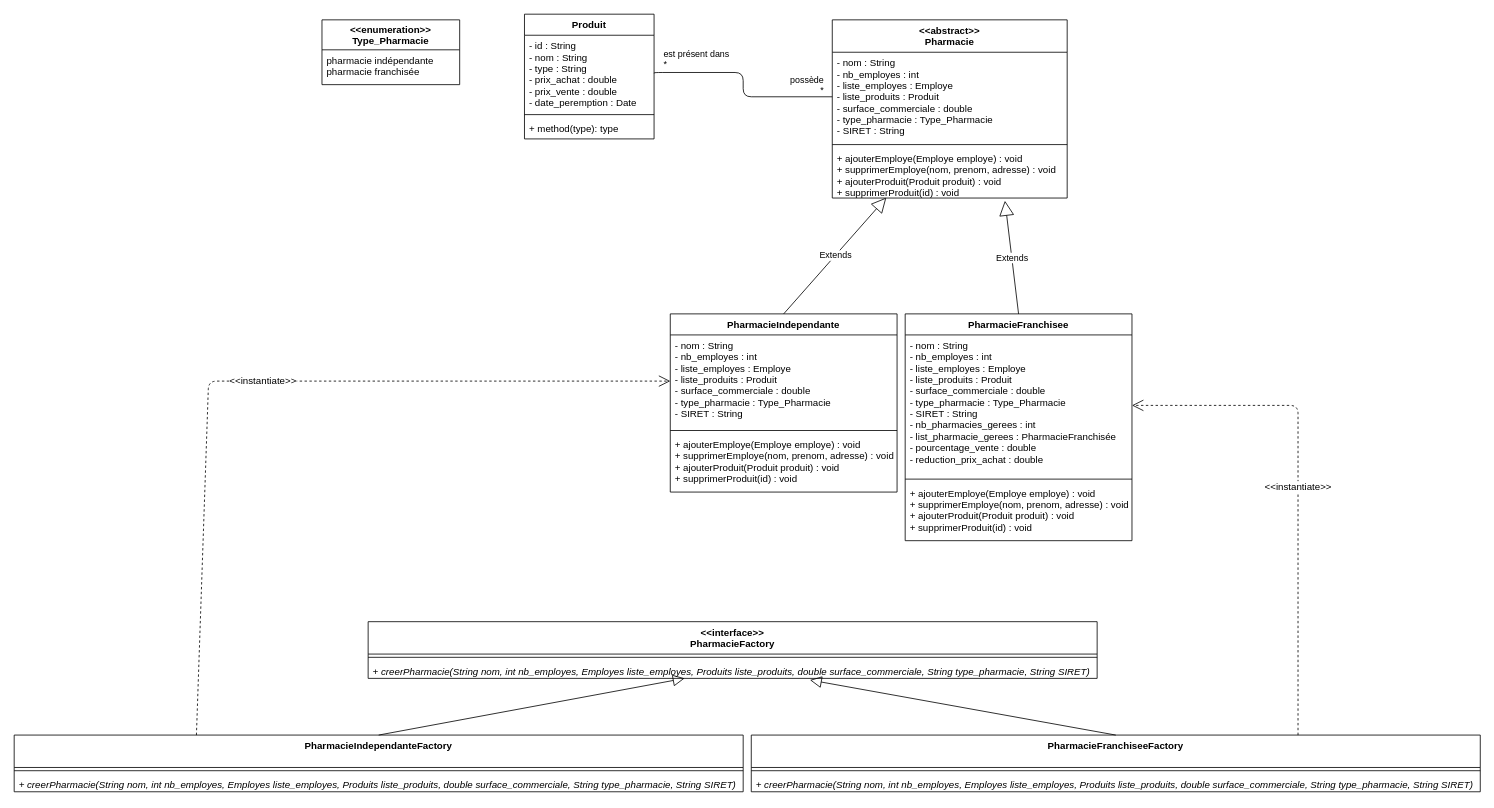
uapv1705019/Projet-Design-Pattern-Avance keeps this draw.io diagram as src/diagrams/Produits_Pharmacies.drawio. Above is the earlier version. Source tidied: cells renumbered, new cells numbered last; positions are measured from the earlier drawing's top-left corner, leaving out a move shared by most shapes. Both pictures are drawn from the tidied source at 81%, with x=0, y=0 at pixel (14, 14).
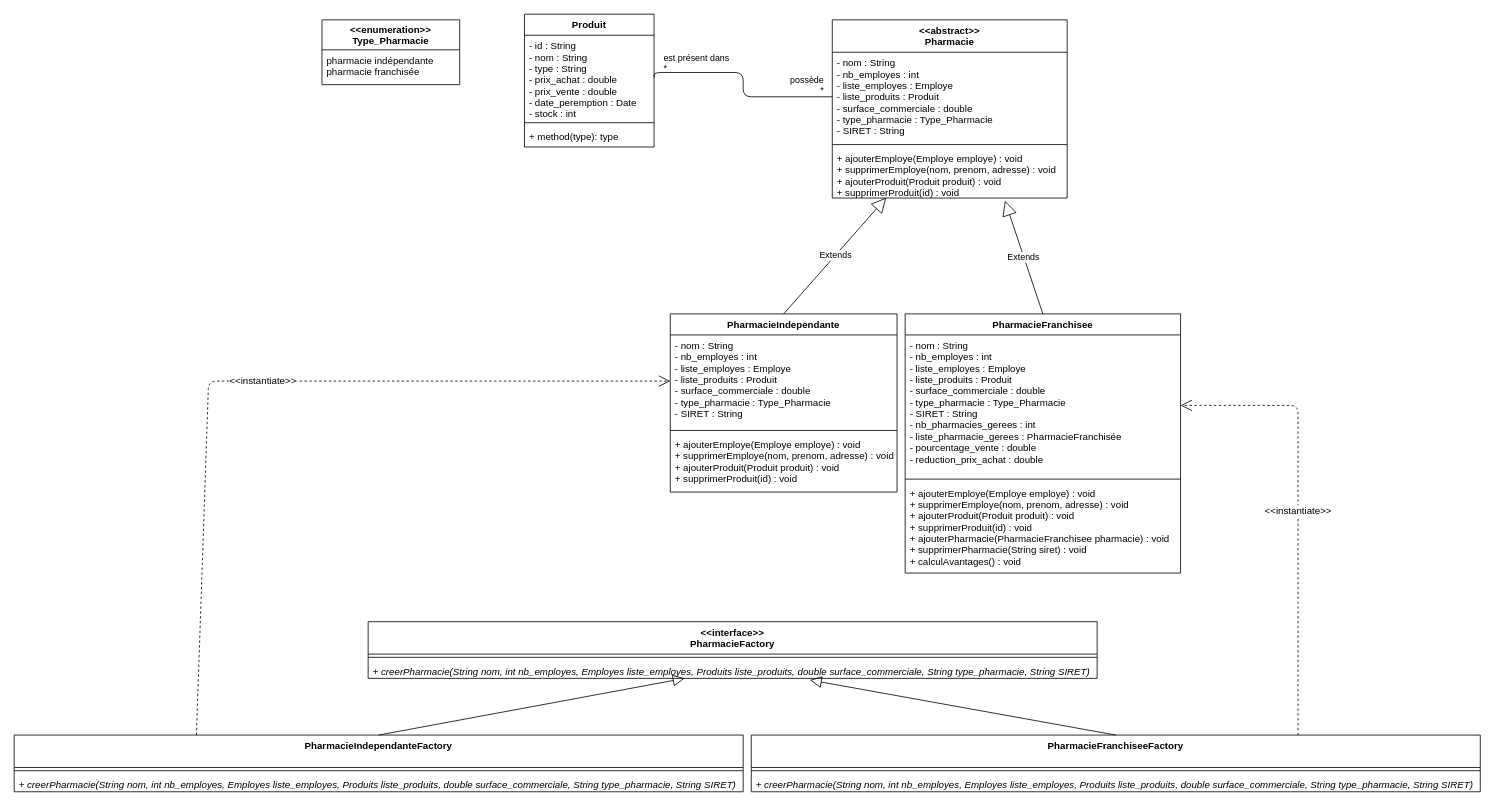
The same page after the edit.

Commit message (it also covers changes not shown here):
added methods for Produit, Pharmacie & PharmacieFranchisee

The edit, as a diff of the source:
```diff
@@
     <mxCell id="2" value="Produit" style="swimlane;fontStyle=1;align=center;verticalAlign=top;horizontal=1;startSize=26;" parent="1" vertex="1">
-      <mxGeometry x="630" width="160" height="154" as="geometry" />
+      <mxGeometry x="630" width="160" height="164" as="geometry" />
     </mxCell>
-    <mxCell id="3" value="- id : String&#10;- nom : String&#10;- type : String&#10;- prix_achat : double&#10;- prix_vente : double&#10;- date_peremption : Date" style="text;strokeColor=none;fillColor=none;align=left;verticalAlign=top;spacingLeft=4;spacingRight=4;overflow=hidden;points=[[0,0.5],[1,0.5]];portConstraint=eastwest;" parent="2" vertex="1">
-      <mxGeometry y="26" width="160" height="94" as="geometry" />
+    <mxCell id="3" value="- id : String&#10;- nom : String&#10;- type : String&#10;- prix_achat : double&#10;- prix_vente : double&#10;- date_peremption : Date&#10;- stock : int" style="text;strokeColor=none;fillColor=none;align=left;verticalAlign=top;spacingLeft=4;spacingRight=4;overflow=hidden;points=[[0,0.5],[1,0.5]];portConstraint=eastwest;" parent="2" vertex="1">
+      <mxGeometry y="26" width="160" height="104" as="geometry" />
     </mxCell>
     <mxCell id="4" style="line;strokeWidth=1;fillColor=none;align=left;verticalAlign=middle;spacingTop=-1;spacingLeft=3;spacingRight=3;labelPosition=right;" parent="2" vertex="1">
-      <mxGeometry y="120" width="160" height="8" as="geometry" />
+      <mxGeometry y="130" width="160" height="8" as="geometry" />
     </mxCell>
     <mxCell id="5" value="+ method(type): type" style="text;strokeColor=none;fillColor=none;align=left;verticalAlign=top;spacingLeft=4;spacingRight=4;overflow=hidden;" parent="2" vertex="1">
-      <mxGeometry y="128" width="160" height="26" as="geometry" />
+      <mxGeometry y="138" width="160" height="26" as="geometry" />
     </mxCell>
@@
     <mxCell id="14" value="PharmacieFranchisee" style="swimlane;fontStyle=1;align=center;verticalAlign=top;horizontal=1;startSize=26;" parent="1" vertex="1">
-      <mxGeometry x="1100" y="370" width="280" height="280" as="geometry" />
+      <mxGeometry x="1100" y="370" width="340" height="320" as="geometry" />
     </mxCell>
-    <mxCell id="15" value="- nom : String&#10;- nb_employes : int&#10;- liste_employes : Employe&#10;- liste_produits : Produit&#10;- surface_commerciale : double&#10;- type_pharmacie : Type_Pharmacie&#10;- SIRET : String&#10;- nb_pharmacies_gerees : int&#10;- list_pharmacie_gerees : PharmacieFranchisée&#10;- pourcentage_vente : double&#10;- reduction_prix_achat : double&#10;" style="text;strokeColor=none;fillColor=none;align=left;verticalAlign=top;spacingLeft=4;spacingRight=4;overflow=hidden;points=[[0,0.5],[1,0.5]];portConstraint=eastwest;" parent="14" vertex="1">
-      <mxGeometry y="26" width="280" height="174" as="geometry" />
+    <mxCell id="15" value="- nom : String&#10;- nb_employes : int&#10;- liste_employes : Employe&#10;- liste_produits : Produit&#10;- surface_commerciale : double&#10;- type_pharmacie : Type_Pharmacie&#10;- SIRET : String&#10;- nb_pharmacies_gerees : int&#10;- liste_pharmacie_gerees : PharmacieFranchisée&#10;- pourcentage_vente : double&#10;- reduction_prix_achat : double&#10;" style="text;strokeColor=none;fillColor=none;align=left;verticalAlign=top;spacingLeft=4;spacingRight=4;overflow=hidden;points=[[0,0.5],[1,0.5]];portConstraint=eastwest;" parent="14" vertex="1">
+      <mxGeometry y="26" width="340" height="174" as="geometry" />
     </mxCell>
     <mxCell id="16" style="line;strokeWidth=1;fillColor=none;align=left;verticalAlign=middle;spacingTop=-1;spacingLeft=3;spacingRight=3;labelPosition=right;" parent="14" vertex="1">
-      <mxGeometry y="200" width="280" height="8" as="geometry" />
+      <mxGeometry y="200" width="340" height="8" as="geometry" />
     </mxCell>
-    <mxCell id="17" value="+ ajouterEmploye(Employe employe) : void&#10;+ supprimerEmploye(nom, prenom, adresse) : void&#10;+ ajouterProduit(Produit produit) : void&#10;+ supprimerProduit(id) : void" style="text;strokeColor=none;fillColor=none;align=left;verticalAlign=top;spacingLeft=4;spacingRight=4;overflow=hidden;" parent="14" vertex="1">
-      <mxGeometry y="208" width="280" height="72" as="geometry" />
+    <mxCell id="17" value="+ ajouterEmploye(Employe employe) : void&#10;+ supprimerEmploye(nom, prenom, adresse) : void&#10;+ ajouterProduit(Produit produit) : void&#10;+ supprimerProduit(id) : void&#10;+ ajouterPharmacie(PharmacieFranchisee pharmacie) : void&#10;+ supprimerPharmacie(String siret) : void&#10;+ calculAvantages() : void" style="text;strokeColor=none;fillColor=none;align=left;verticalAlign=top;spacingLeft=4;spacingRight=4;overflow=hidden;" parent="14" vertex="1">
+      <mxGeometry y="208" width="340" height="112" as="geometry" />
     </mxCell>
```
